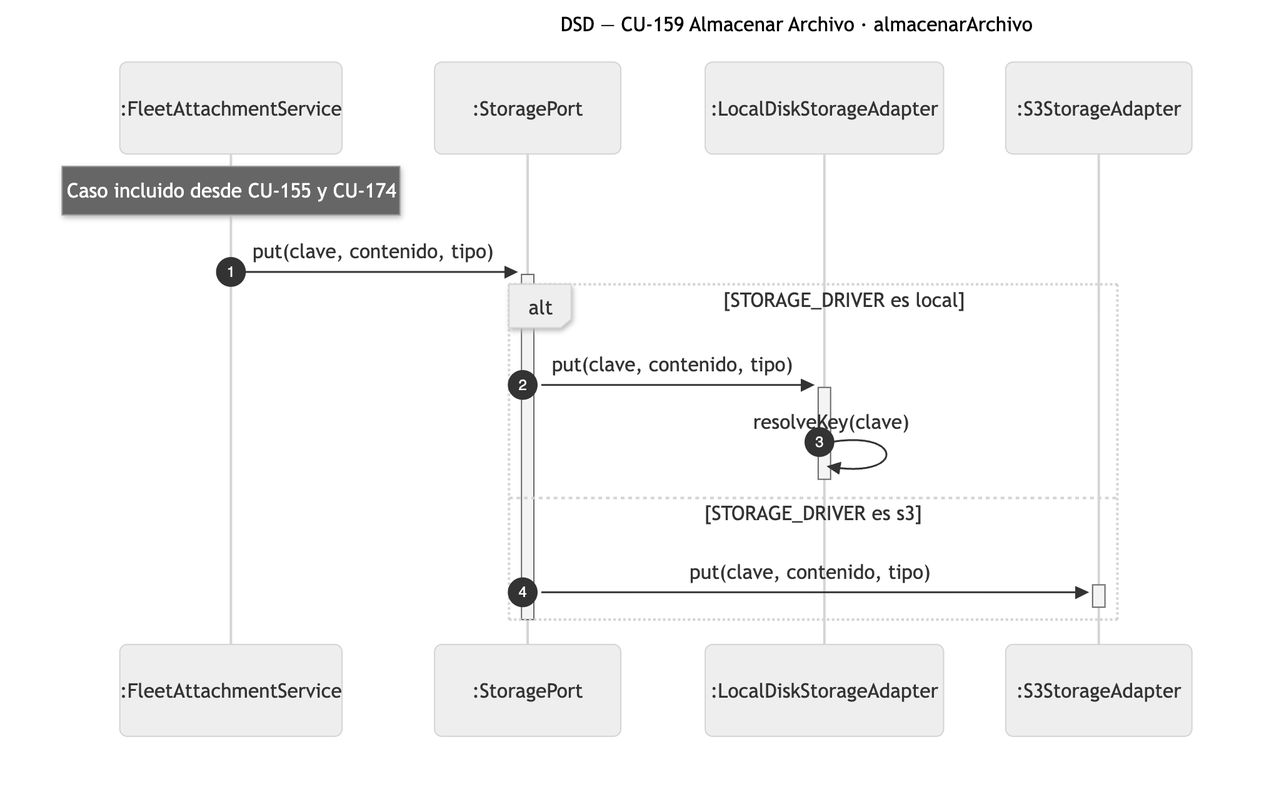
Above: diagramas/png/DSD_CU-159_almacenarArchivo.png in Nahuelito-Dev/splg-docs (Mermaid), before the change. Its source is kept beside it as diagramas/DSD_CU-159_almacenarArchivo.mmd. The source it was exported from:
```mermaid
sequenceDiagram
    title DSD — CU-159 Almacenar Archivo · almacenarArchivo
    autonumber
    participant SRV as :FleetAttachmentService
    participant STO as :StoragePort
    participant LOC as :LocalDiskStorageAdapter
    participant S3A as :S3StorageAdapter

    Note over SRV: Caso incluido desde CU-155 y CU-174
    SRV->>+STO: put(clave, contenido, tipo)
    alt STORAGE_DRIVER es local
        STO->>+LOC: put(clave, contenido, tipo)
        LOC->>LOC: resolveKey(clave)
        deactivate LOC
    else STORAGE_DRIVER es s3
        STO->>+S3A: put(clave, contenido, tipo)
        deactivate S3A
    end
    deactivate STO
```
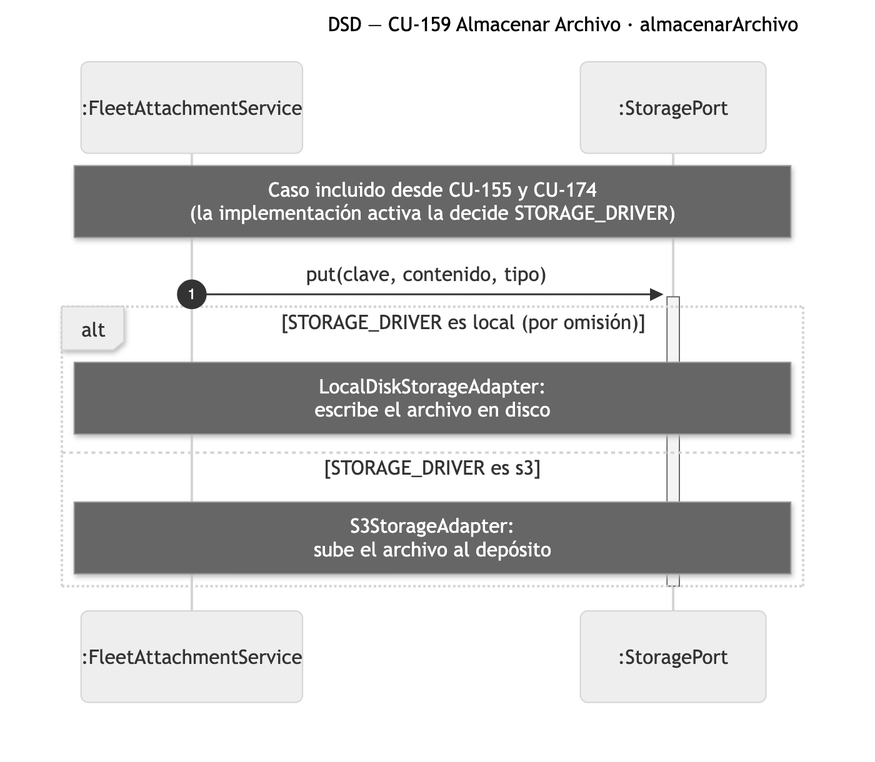
After the commit.

The edit, as a diff of the source:
```diff
@@ -1,19 +1,15 @@
+%%{init: {"sequence": {"actorMargin": 190}}}%%
 sequenceDiagram
     title DSD — CU-159 Almacenar Archivo · almacenarArchivo
     autonumber
     participant SRV as :FleetAttachmentService
     participant STO as :StoragePort
-    participant LOC as :LocalDiskStorageAdapter
-    participant S3A as :S3StorageAdapter
 
-    Note over SRV: Caso incluido desde CU-155 y CU-174
+    Note over SRV,STO: Caso incluido desde CU-155 y CU-174<br/>(la implementación activa la decide STORAGE_DRIVER)
     SRV->>+STO: put(clave, contenido, tipo)
-    alt STORAGE_DRIVER es local
-        STO->>+LOC: put(clave, contenido, tipo)
-        LOC->>LOC: resolveKey(clave)
-        deactivate LOC
+    alt STORAGE_DRIVER es local (por omisión)
+        Note over SRV,STO: LocalDiskStorageAdapter:<br/>escribe el archivo en disco
     else STORAGE_DRIVER es s3
-        STO->>+S3A: put(clave, contenido, tipo)
-        deactivate S3A
+        Note over SRV,STO: S3StorageAdapter:<br/>sube el archivo al depósito
     end
     deactivate STO
```
